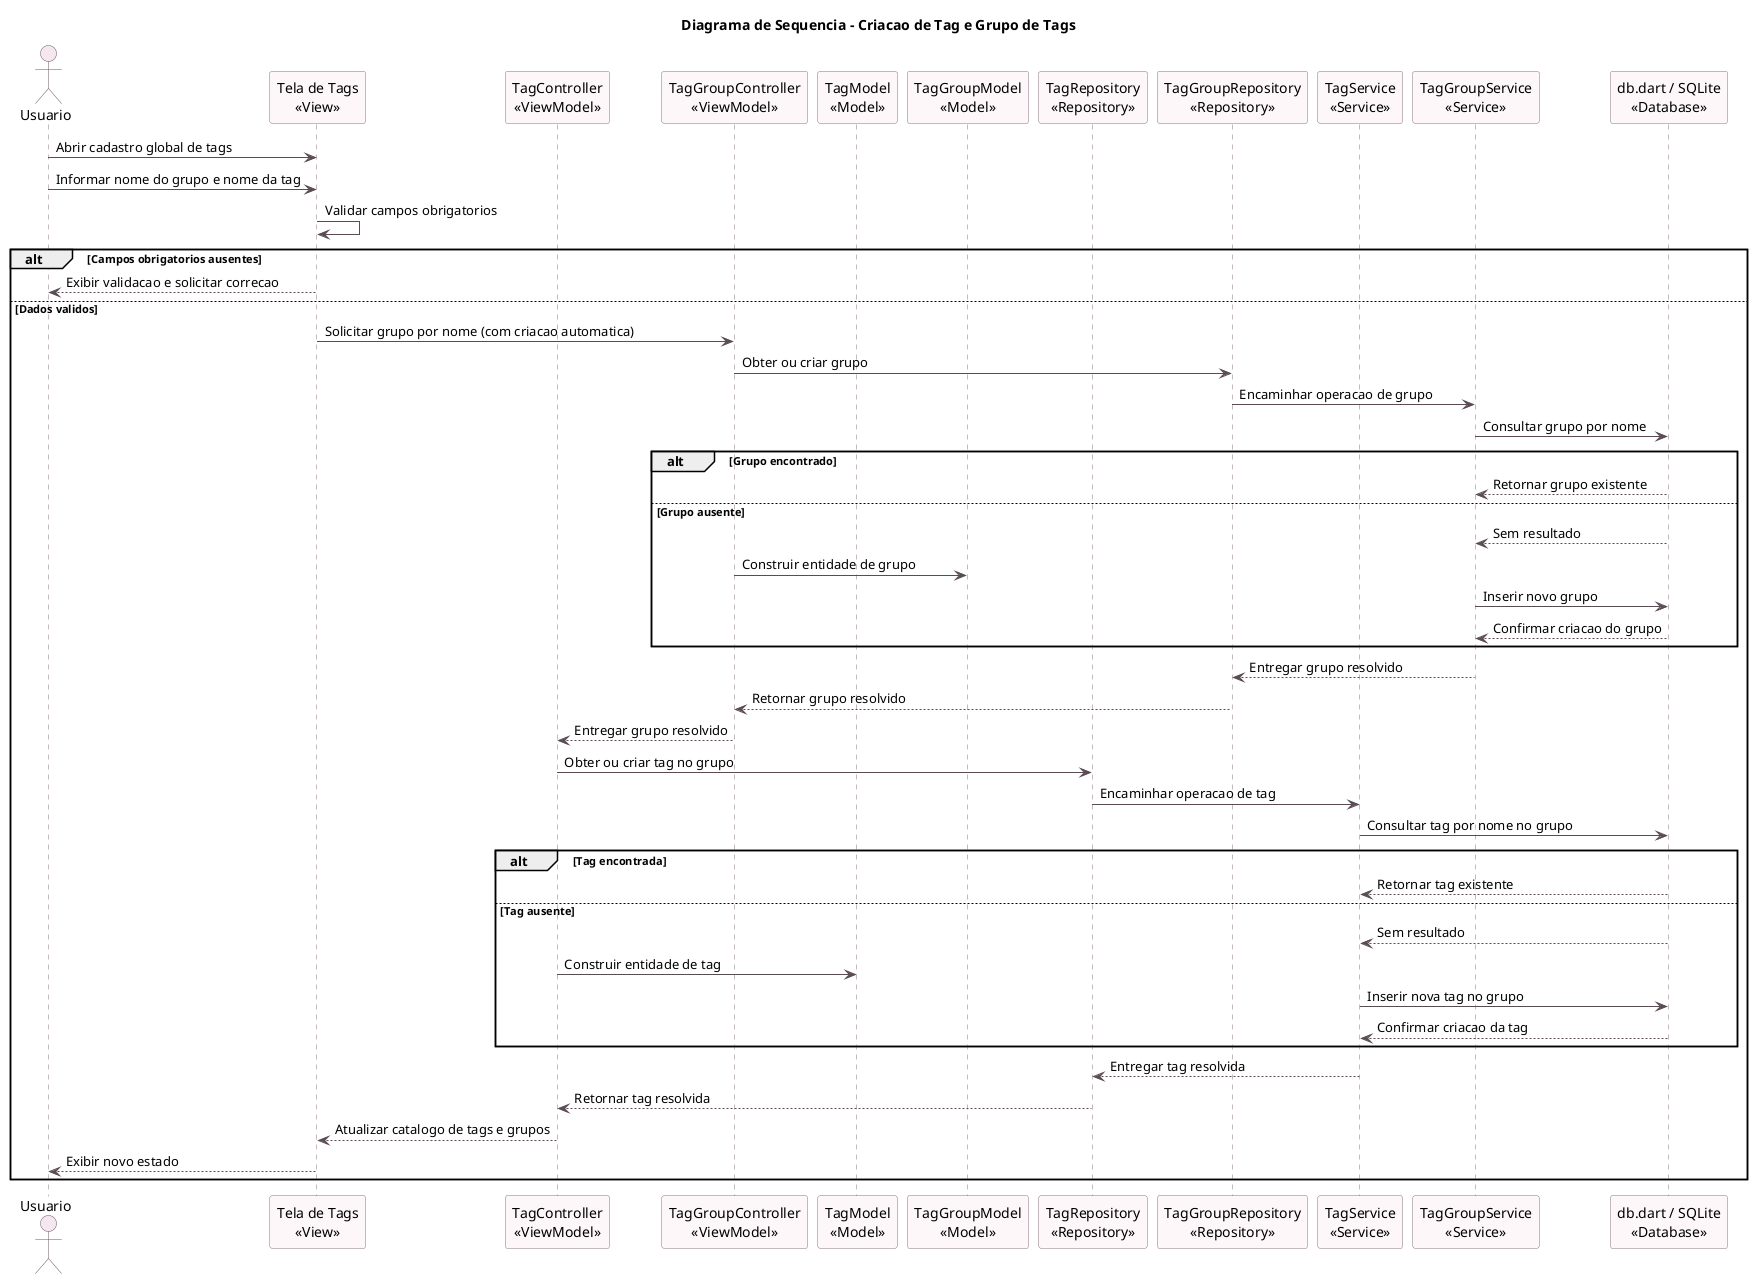
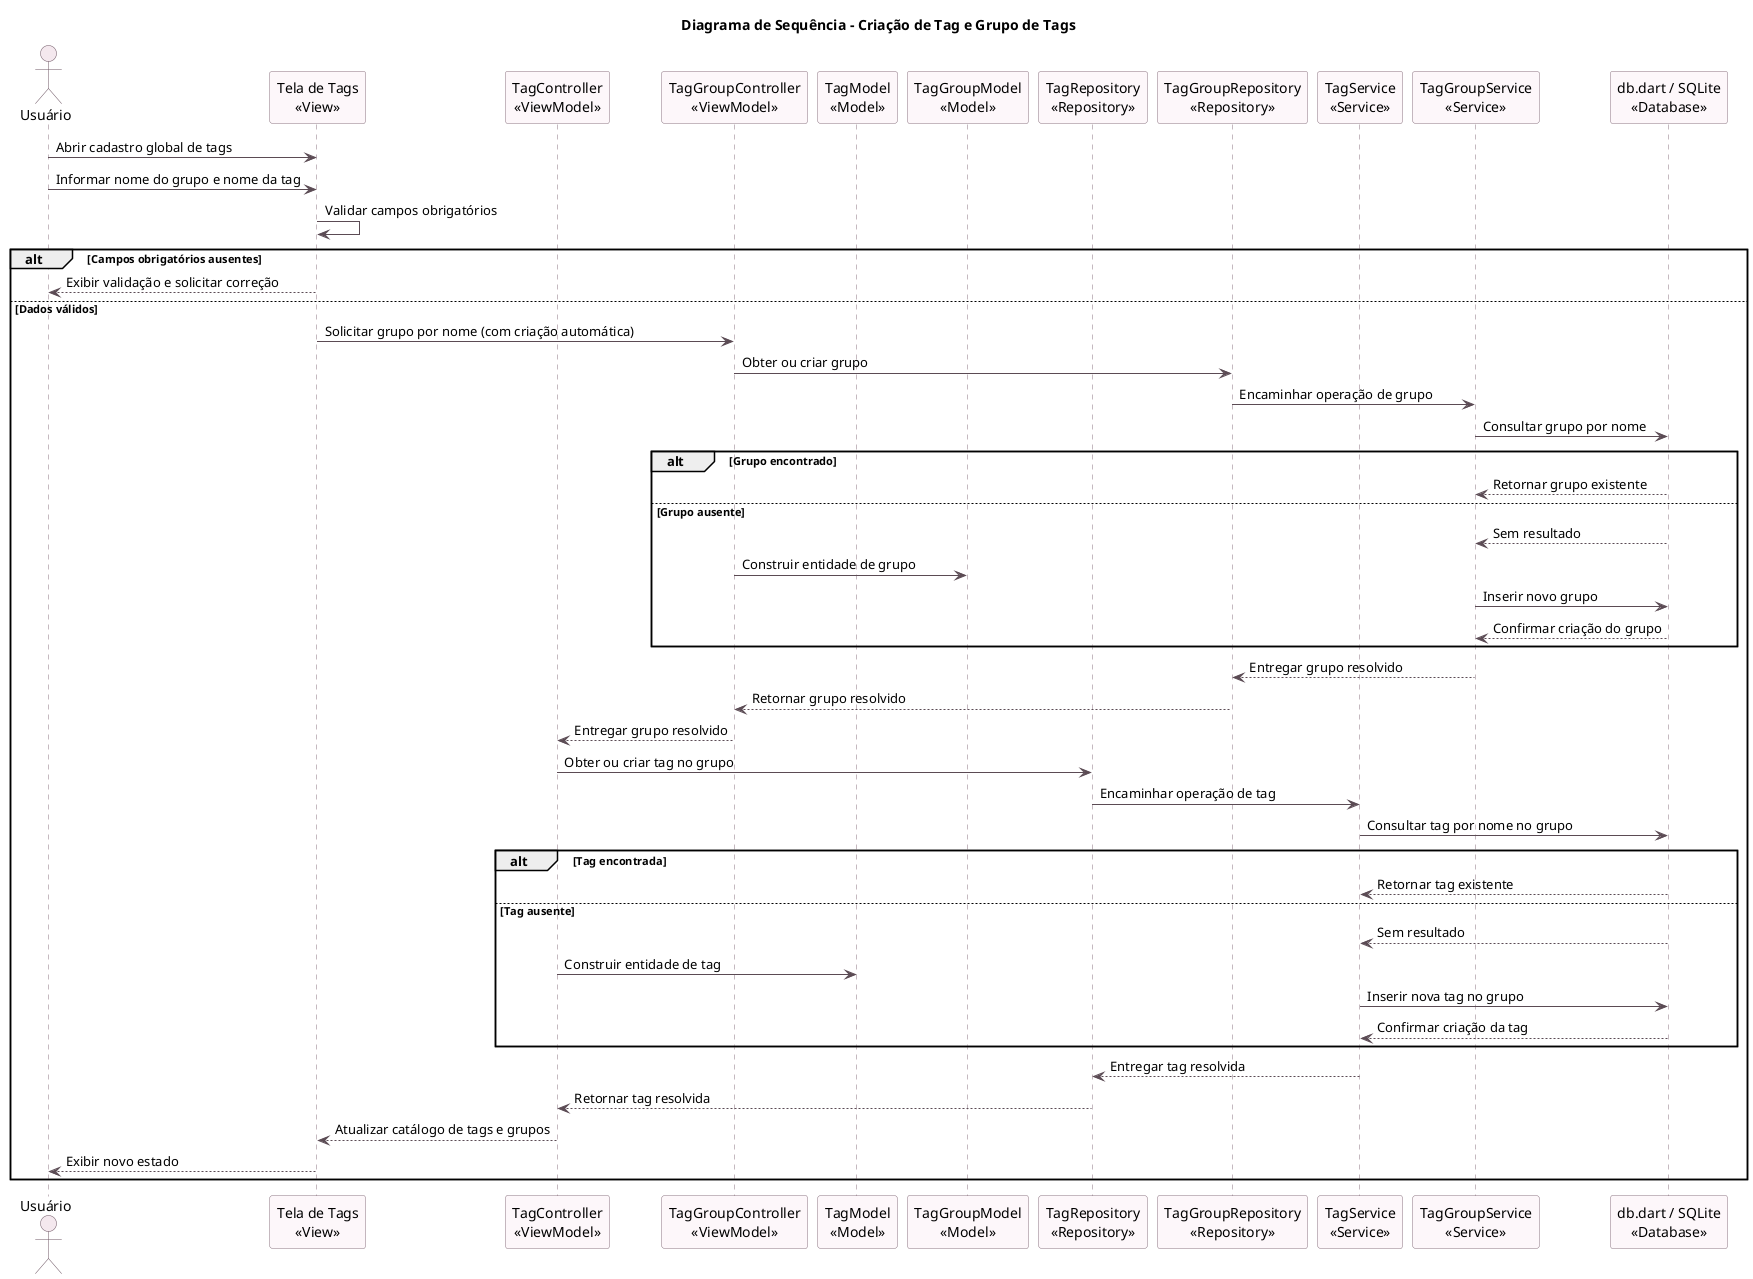
- @startuml Diagrama de Sequencia - Criacao de Tag e Grupo
+ @startuml Diagrama de Sequência - Criação de Tag e Grupo

- title Diagrama de Sequencia - Criacao de Tag e Grupo de Tags
+ title Diagrama de Sequência - Criação de Tag e Grupo de Tags

skinparam backgroundColor white
skinparam sequence {
    ArrowColor #5B4B54
    LifeLineBorderColor #8B7380
    LifeLineBackgroundColor #F8F2F5
    ParticipantBorderColor #8B7380
    ParticipantBackgroundColor #FDF7FA
    ActorBorderColor #6C5562
    ActorBackgroundColor #F4E8EE
}

- actor "Usuario" as Usuario
+ actor "Usuário" as Usuario

participant "Tela de Tags\n<<View>>" as TagsView
participant "TagController\n<<ViewModel>>" as TagVM
participant "TagGroupController\n<<ViewModel>>" as TagGroupVM
participant "TagModel\n<<Model>>" as TagModel
participant "TagGroupModel\n<<Model>>" as TagGroupModel
participant "TagRepository\n<<Repository>>" as TagRepository
participant "TagGroupRepository\n<<Repository>>" as TagGroupRepository
participant "TagService\n<<Service>>" as TagService
participant "TagGroupService\n<<Service>>" as TagGroupService
participant "db.dart / SQLite\n<<Database>>" as SQLiteDB

Usuario -> TagsView: Abrir cadastro global de tags
Usuario -> TagsView: Informar nome do grupo e nome da tag
- TagsView -> TagsView: Validar campos obrigatorios
+ TagsView -> TagsView: Validar campos obrigatórios

- alt Campos obrigatorios ausentes
-     TagsView --> Usuario: Exibir validacao e solicitar correcao
- else Dados validos
-     TagsView -> TagGroupVM: Solicitar grupo por nome (com criacao automatica)
+ alt Campos obrigatórios ausentes
+     TagsView --> Usuario: Exibir validação e solicitar correção
+ else Dados válidos
+     TagsView -> TagGroupVM: Solicitar grupo por nome (com criação automática)
    TagGroupVM -> TagGroupRepository: Obter ou criar grupo
-     TagGroupRepository -> TagGroupService: Encaminhar operacao de grupo
+     TagGroupRepository -> TagGroupService: Encaminhar operação de grupo
    TagGroupService -> SQLiteDB: Consultar grupo por nome

    alt Grupo encontrado
        SQLiteDB --> TagGroupService: Retornar grupo existente
    else Grupo ausente
        SQLiteDB --> TagGroupService: Sem resultado
        TagGroupVM -> TagGroupModel: Construir entidade de grupo
        TagGroupService -> SQLiteDB: Inserir novo grupo
-         SQLiteDB --> TagGroupService: Confirmar criacao do grupo
+         SQLiteDB --> TagGroupService: Confirmar criação do grupo
    end

    TagGroupService --> TagGroupRepository: Entregar grupo resolvido
    TagGroupRepository --> TagGroupVM: Retornar grupo resolvido
    TagGroupVM --> TagVM: Entregar grupo resolvido

    TagVM -> TagRepository: Obter ou criar tag no grupo
-     TagRepository -> TagService: Encaminhar operacao de tag
+     TagRepository -> TagService: Encaminhar operação de tag
    TagService -> SQLiteDB: Consultar tag por nome no grupo

    alt Tag encontrada
        SQLiteDB --> TagService: Retornar tag existente
    else Tag ausente
        SQLiteDB --> TagService: Sem resultado
        TagVM -> TagModel: Construir entidade de tag
        TagService -> SQLiteDB: Inserir nova tag no grupo
-         SQLiteDB --> TagService: Confirmar criacao da tag
+         SQLiteDB --> TagService: Confirmar criação da tag
    end

    TagService --> TagRepository: Entregar tag resolvida
    TagRepository --> TagVM: Retornar tag resolvida
-     TagVM --> TagsView: Atualizar catalogo de tags e grupos
+     TagVM --> TagsView: Atualizar catálogo de tags e grupos
    TagsView --> Usuario: Exibir novo estado
end

@enduml
